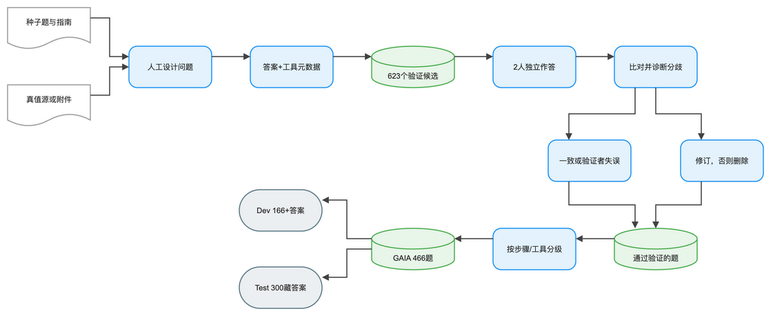
Before: client/public/drawio/GAIA/GAIA.zh.png, a diagram exported from draw.io (joe1chief/benchmark-hub). Source tidied: cells renumbered, new cells last; positions are measured from the earlier drawing's top-left corner, leaving out a move shared by most shapes.
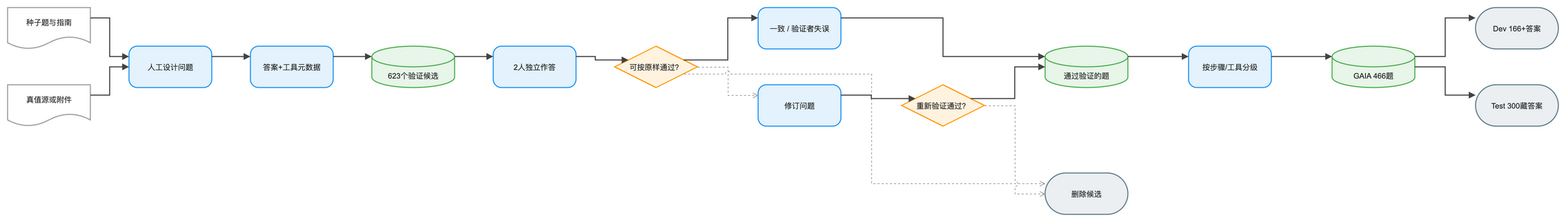
The same file after the commit.

Diff of the diagram source:
```diff
@@ -1,90 +1,105 @@
-<mxGraphModel background="#FFFFFF" math="1">
+<mxGraphModel background="#FFFFFF">
   <root>
     <mxCell id="0" />
     <mxCell id="1" parent="0" />
-    <mxCell id="2" value="种子题与指南" style="shape=document;boundedLbl=1;html=1;whiteSpace=wrap;fillColor=#FFFFFF;strokeColor=#9E9E9E;strokeWidth=1.5;fontColor=#212121;fontSize=11;fontFamily=Arial, Helvetica, sans-serif;verticalAlign=middle;align=center;" parent="1" vertex="1">
+    <mxCell id="2" value="种子题与指南" style="convertToSvg=1;shape=document;boundedLbl=1;html=0;whiteSpace=wrap;fillColor=#FFFFFF;strokeColor=#9E9E9E;strokeWidth=1.5;fontColor=#212121;fontSize=11;fontFamily=Arial, Helvetica, sans-serif;verticalAlign=middle;align=center;" parent="1" vertex="1">
       <mxGeometry width="120" height="60" as="geometry" />
     </mxCell>
-    <mxCell id="3" value="真值源或附件" style="shape=document;boundedLbl=1;html=1;whiteSpace=wrap;fillColor=#FFFFFF;strokeColor=#9E9E9E;strokeWidth=1.5;fontColor=#212121;fontSize=11;fontFamily=Arial, Helvetica, sans-serif;verticalAlign=middle;align=center;" parent="1" vertex="1">
+    <mxCell id="3" value="真值源或附件" style="convertToSvg=1;shape=document;boundedLbl=1;html=0;whiteSpace=wrap;fillColor=#FFFFFF;strokeColor=#9E9E9E;strokeWidth=1.5;fontColor=#212121;fontSize=11;fontFamily=Arial, Helvetica, sans-serif;verticalAlign=middle;align=center;" parent="1" vertex="1">
       <mxGeometry y="112" width="120" height="60" as="geometry" />
     </mxCell>
-    <mxCell id="4" value="人工设计问题" style="rounded=1;arcSize=20;html=1;whiteSpace=wrap;fillColor=#E3F2FD;strokeColor=#2196F3;strokeWidth=1.5;fontColor=#212121;fontSize=11;fontFamily=Arial, Helvetica, sans-serif;verticalAlign=middle;align=center;" parent="1" vertex="1">
+    <mxCell id="4" value="人工设计问题" style="convertToSvg=1;rounded=1;arcSize=20;html=0;whiteSpace=wrap;fillColor=#E3F2FD;strokeColor=#2196F3;strokeWidth=1.5;fontColor=#212121;fontSize=11;fontFamily=Arial, Helvetica, sans-serif;verticalAlign=middle;align=center;" parent="1" vertex="1">
       <mxGeometry x="176" y="56" width="120" height="60" as="geometry" />
     </mxCell>
-    <mxCell id="5" value="答案+工具元数据" style="rounded=1;arcSize=20;html=1;whiteSpace=wrap;fillColor=#E3F2FD;strokeColor=#2196F3;strokeWidth=1.5;fontColor=#212121;fontSize=11;fontFamily=Arial, Helvetica, sans-serif;verticalAlign=middle;align=center;" parent="1" vertex="1">
+    <mxCell id="5" value="答案+工具元数据" style="convertToSvg=1;rounded=1;arcSize=20;html=0;whiteSpace=wrap;fillColor=#E3F2FD;strokeColor=#2196F3;strokeWidth=1.5;fontColor=#212121;fontSize=11;fontFamily=Arial, Helvetica, sans-serif;verticalAlign=middle;align=center;" parent="1" vertex="1">
       <mxGeometry x="352" y="56" width="120" height="60" as="geometry" />
     </mxCell>
-    <mxCell id="6" value="623个验证候选" style="shape=cylinder3;boundedLbl=1;backgroundOutline=1;size=15;html=1;whiteSpace=wrap;fillColor=#E8F5E9;strokeColor=#4CAF50;strokeWidth=1.5;fontColor=#212121;fontSize=11;fontFamily=Arial, Helvetica, sans-serif;verticalAlign=middle;align=center;" parent="1" vertex="1">
+    <mxCell id="6" value="623个验证候选" style="convertToSvg=1;shape=cylinder3;boundedLbl=1;backgroundOutline=1;size=15;html=0;whiteSpace=wrap;fillColor=#E8F5E9;strokeColor=#4CAF50;strokeWidth=1.5;fontColor=#212121;fontSize=11;fontFamily=Arial, Helvetica, sans-serif;verticalAlign=middle;align=center;" parent="1" vertex="1">
       <mxGeometry x="528" y="56" width="120" height="60" as="geometry" />
     </mxCell>
-    <mxCell id="7" value="2人独立作答" style="rounded=1;arcSize=20;html=1;whiteSpace=wrap;fillColor=#E3F2FD;strokeColor=#2196F3;strokeWidth=1.5;fontColor=#212121;fontSize=11;fontFamily=Arial, Helvetica, sans-serif;verticalAlign=middle;align=center;" parent="1" vertex="1">
+    <mxCell id="7" value="2人独立作答" style="convertToSvg=1;rounded=1;arcSize=20;html=0;whiteSpace=wrap;fillColor=#E3F2FD;strokeColor=#2196F3;strokeWidth=1.5;fontColor=#212121;fontSize=11;fontFamily=Arial, Helvetica, sans-serif;verticalAlign=middle;align=center;" parent="1" vertex="1">
       <mxGeometry x="704" y="56" width="120" height="60" as="geometry" />
     </mxCell>
-    <mxCell id="8" value="比对并诊断分歧" style="rounded=1;arcSize=20;html=1;whiteSpace=wrap;fillColor=#E3F2FD;strokeColor=#2196F3;strokeWidth=1.5;fontColor=#212121;fontSize=11;fontFamily=Arial, Helvetica, sans-serif;verticalAlign=middle;align=center;" parent="1" vertex="1">
+    <mxCell id="8" value="可按原样通过？" style="convertToSvg=1;rhombus;html=0;whiteSpace=wrap;fillColor=#FFF3E0;strokeColor=#FF9800;strokeWidth=1.5;fontColor=#212121;fontSize=11;fontFamily=Arial, Helvetica, sans-serif;verticalAlign=middle;align=center;" parent="1" vertex="1">
       <mxGeometry x="880" y="56" width="120" height="60" as="geometry" />
     </mxCell>
-    <mxCell id="9" value="一致或验证者失误" style="rounded=1;arcSize=20;html=1;whiteSpace=wrap;fillColor=#E3F2FD;strokeColor=#2196F3;strokeWidth=1.5;fontColor=#212121;fontSize=11;fontFamily=Arial, Helvetica, sans-serif;verticalAlign=middle;align=center;" parent="1" vertex="1">
-      <mxGeometry x="784" y="192" width="120" height="60" as="geometry" />
+    <mxCell id="9" value="一致 / 验证者失误" style="convertToSvg=1;rounded=1;arcSize=20;html=0;whiteSpace=wrap;fillColor=#E3F2FD;strokeColor=#2196F3;strokeWidth=1.5;fontColor=#212121;fontSize=11;fontFamily=Arial, Helvetica, sans-serif;verticalAlign=middle;align=center;" parent="1" vertex="1">
+      <mxGeometry x="1088" width="120" height="60" as="geometry" />
     </mxCell>
-    <mxCell id="10" value="修订，否则删除" style="rounded=1;arcSize=20;html=1;whiteSpace=wrap;fillColor=#E3F2FD;strokeColor=#2196F3;strokeWidth=1.5;fontColor=#212121;fontSize=11;fontFamily=Arial, Helvetica, sans-serif;verticalAlign=middle;align=center;" parent="1" vertex="1">
-      <mxGeometry x="976" y="192" width="120" height="60" as="geometry" />
+    <mxCell id="10" value="修订问题" style="convertToSvg=1;rounded=1;arcSize=20;html=0;whiteSpace=wrap;fillColor=#E3F2FD;strokeColor=#2196F3;strokeWidth=1.5;fontColor=#212121;fontSize=11;fontFamily=Arial, Helvetica, sans-serif;verticalAlign=middle;align=center;" parent="1" vertex="1">
+      <mxGeometry x="1088" y="112" width="120" height="60" as="geometry" />
     </mxCell>
-    <mxCell id="11" value="通过验证的题" style="shape=cylinder3;boundedLbl=1;backgroundOutline=1;size=15;html=1;whiteSpace=wrap;fillColor=#E8F5E9;strokeColor=#4CAF50;strokeWidth=1.5;fontColor=#212121;fontSize=11;fontFamily=Arial, Helvetica, sans-serif;verticalAlign=middle;align=center;" parent="1" vertex="1">
-      <mxGeometry x="880" y="320" width="120" height="60" as="geometry" />
+    <mxCell id="11" value="重新验证通过？" style="convertToSvg=1;rhombus;html=0;whiteSpace=wrap;fillColor=#FFF3E0;strokeColor=#FF9800;strokeWidth=1.5;fontColor=#212121;fontSize=11;fontFamily=Arial, Helvetica, sans-serif;verticalAlign=middle;align=center;" parent="1" vertex="1">
+      <mxGeometry x="1296" y="112" width="120" height="60" as="geometry" />
     </mxCell>
-    <mxCell id="12" value="按步骤/工具分级" style="rounded=1;arcSize=20;html=1;whiteSpace=wrap;fillColor=#E3F2FD;strokeColor=#2196F3;strokeWidth=1.5;fontColor=#212121;fontSize=11;fontFamily=Arial, Helvetica, sans-serif;verticalAlign=middle;align=center;" parent="1" vertex="1">
-      <mxGeometry x="704" y="320" width="120" height="60" as="geometry" />
+    <mxCell id="12" value="删除候选" style="convertToSvg=1;rounded=1;arcSize=50;html=0;whiteSpace=wrap;fillColor=#ECEFF1;strokeColor=#607D8B;strokeWidth=1.5;fontColor=#212121;fontSize=11;fontFamily=Arial, Helvetica, sans-serif;verticalAlign=middle;align=center;" parent="1" vertex="1">
+      <mxGeometry x="1504" y="240" width="120" height="60" as="geometry" />
     </mxCell>
-    <mxCell id="13" value="GAIA 466题" style="shape=cylinder3;boundedLbl=1;backgroundOutline=1;size=15;html=1;whiteSpace=wrap;fillColor=#E8F5E9;strokeColor=#4CAF50;strokeWidth=1.5;fontColor=#212121;fontSize=11;fontFamily=Arial, Helvetica, sans-serif;verticalAlign=middle;align=center;" parent="1" vertex="1">
-      <mxGeometry x="528" y="320" width="120" height="60" as="geometry" />
+    <mxCell id="13" value="通过验证的题" style="convertToSvg=1;shape=cylinder3;boundedLbl=1;backgroundOutline=1;size=15;html=0;whiteSpace=wrap;fillColor=#E8F5E9;strokeColor=#4CAF50;strokeWidth=1.5;fontColor=#212121;fontSize=11;fontFamily=Arial, Helvetica, sans-serif;verticalAlign=middle;align=center;" parent="1" vertex="1">
+      <mxGeometry x="1504" y="56" width="120" height="60" as="geometry" />
     </mxCell>
-    <mxCell id="14" value="Dev 166+答案" style="rounded=1;arcSize=50;html=1;whiteSpace=wrap;fillColor=#ECEFF1;strokeColor=#607D8B;strokeWidth=1.5;fontColor=#212121;fontSize=11;fontFamily=Arial, Helvetica, sans-serif;verticalAlign=middle;align=center;" parent="1" vertex="1">
-      <mxGeometry x="336" y="264" width="120" height="60" as="geometry" />
+    <mxCell id="14" value="按步骤/工具分级" style="convertToSvg=1;rounded=1;arcSize=20;html=0;whiteSpace=wrap;fillColor=#E3F2FD;strokeColor=#2196F3;strokeWidth=1.5;fontColor=#212121;fontSize=11;fontFamily=Arial, Helvetica, sans-serif;verticalAlign=middle;align=center;" parent="1" vertex="1">
+      <mxGeometry x="1712" y="56" width="120" height="60" as="geometry" />
     </mxCell>
-    <mxCell id="15" value="Test 300藏答案" style="rounded=1;arcSize=50;html=1;whiteSpace=wrap;fillColor=#ECEFF1;strokeColor=#607D8B;strokeWidth=1.5;fontColor=#212121;fontSize=11;fontFamily=Arial, Helvetica, sans-serif;verticalAlign=middle;align=center;" parent="1" vertex="1">
-      <mxGeometry x="336" y="376" width="120" height="60" as="geometry" />
+    <mxCell id="15" value="GAIA 466题" style="convertToSvg=1;shape=cylinder3;boundedLbl=1;backgroundOutline=1;size=15;html=0;whiteSpace=wrap;fillColor=#E8F5E9;strokeColor=#4CAF50;strokeWidth=1.5;fontColor=#212121;fontSize=11;fontFamily=Arial, Helvetica, sans-serif;verticalAlign=middle;align=center;" parent="1" vertex="1">
+      <mxGeometry x="1920" y="56" width="120" height="60" as="geometry" />
     </mxCell>
-    <mxCell id="16" style="edgeStyle=orthogonalEdgeStyle;rounded=0;jettySize=auto;html=1;strokeColor=#424242;strokeWidth=1.5;endArrow=block;endFill=1;exitX=1;exitY=0.25;exitDx=0;exitDy=0;entryX=0;entryY=0.25;entryDx=0;entryDy=0;jumpStyle=arc;jumpSize=8;" parent="1" edge="1" source="2" target="4">
-      <mxGeometry relative="1" as="geometry" />
+    <mxCell id="16" value="Dev 166+答案" style="convertToSvg=1;rounded=1;arcSize=50;html=0;whiteSpace=wrap;fillColor=#ECEFF1;strokeColor=#607D8B;strokeWidth=1.5;fontColor=#212121;fontSize=11;fontFamily=Arial, Helvetica, sans-serif;verticalAlign=middle;align=center;" parent="1" vertex="1">
+      <mxGeometry x="2128" width="120" height="60" as="geometry" />
     </mxCell>
-    <mxCell id="17" style="edgeStyle=orthogonalEdgeStyle;rounded=0;jettySize=auto;html=1;strokeColor=#424242;strokeWidth=1.5;endArrow=block;endFill=1;exitX=1;exitY=0.25;exitDx=0;exitDy=0;entryX=0;entryY=0.5;entryDx=0;entryDy=0;jumpStyle=arc;jumpSize=8;" parent="1" edge="1" source="3" target="4">
-      <mxGeometry relative="1" as="geometry" />
+    <mxCell id="17" value="Test 300藏答案" style="convertToSvg=1;rounded=1;arcSize=50;html=0;whiteSpace=wrap;fillColor=#ECEFF1;strokeColor=#607D8B;strokeWidth=1.5;fontColor=#212121;fontSize=11;fontFamily=Arial, Helvetica, sans-serif;verticalAlign=middle;align=center;" parent="1" vertex="1">
+      <mxGeometry x="2128" y="112" width="120" height="60" as="geometry" />
     </mxCell>
-    <mxCell id="18" style="edgeStyle=orthogonalEdgeStyle;rounded=0;jettySize=auto;html=1;strokeColor=#424242;strokeWidth=1.5;endArrow=block;endFill=1;exitX=1;exitY=0.25;exitDx=0;exitDy=0;entryX=0;entryY=0.25;entryDx=0;entryDy=0;jumpStyle=arc;jumpSize=8;" parent="1" edge="1" source="4" target="5">
+    <mxCell id="18" style="convertToSvg=1;edgeStyle=orthogonalEdgeStyle;rounded=0;jettySize=auto;html=0;strokeColor=#424242;strokeWidth=1.5;endArrow=block;endFill=1;exitX=1;exitY=0.25;exitDx=0;exitDy=0;entryX=0;entryY=0.25;entryDx=0;entryDy=0;jumpStyle=arc;jumpSize=8;" parent="1" edge="1" source="2" target="4">
       <mxGeometry relative="1" as="geometry" />
     </mxCell>
-    <mxCell id="19" style="edgeStyle=orthogonalEdgeStyle;rounded=0;jettySize=auto;html=1;strokeColor=#424242;strokeWidth=1.5;endArrow=block;endFill=1;exitX=1;exitY=0.25;exitDx=0;exitDy=0;entryX=0;entryY=0.25;entryDx=0;entryDy=0;jumpStyle=arc;jumpSize=8;" parent="1" edge="1" source="5" target="6">
+    <mxCell id="19" style="convertToSvg=1;edgeStyle=orthogonalEdgeStyle;rounded=0;jettySize=auto;html=0;strokeColor=#424242;strokeWidth=1.5;endArrow=block;endFill=1;exitX=1;exitY=0.25;exitDx=0;exitDy=0;entryX=0;entryY=0.5;entryDx=0;entryDy=0;jumpStyle=arc;jumpSize=8;" parent="1" edge="1" source="3" target="4">
       <mxGeometry relative="1" as="geometry" />
     </mxCell>
-    <mxCell id="20" style="edgeStyle=orthogonalEdgeStyle;rounded=0;jettySize=auto;html=1;strokeColor=#424242;strokeWidth=1.5;endArrow=block;endFill=1;exitX=1;exitY=0.25;exitDx=0;exitDy=0;entryX=0;entryY=0.25;entryDx=0;entryDy=0;jumpStyle=arc;jumpSize=8;" parent="1" edge="1" source="6" target="7">
+    <mxCell id="20" style="convertToSvg=1;edgeStyle=orthogonalEdgeStyle;rounded=0;jettySize=auto;html=0;strokeColor=#424242;strokeWidth=1.5;endArrow=block;endFill=1;exitX=1;exitY=0.25;exitDx=0;exitDy=0;entryX=0;entryY=0.25;entryDx=0;entryDy=0;jumpStyle=arc;jumpSize=8;" parent="1" edge="1" source="4" target="5">
       <mxGeometry relative="1" as="geometry" />
     </mxCell>
-    <mxCell id="21" style="edgeStyle=orthogonalEdgeStyle;rounded=0;jettySize=auto;html=1;strokeColor=#424242;strokeWidth=1.5;endArrow=block;endFill=1;exitX=1;exitY=0.25;exitDx=0;exitDy=0;entryX=0;entryY=0.25;entryDx=0;entryDy=0;jumpStyle=arc;jumpSize=8;" parent="1" edge="1" source="7" target="8">
+    <mxCell id="21" style="convertToSvg=1;edgeStyle=orthogonalEdgeStyle;rounded=0;jettySize=auto;html=0;strokeColor=#424242;strokeWidth=1.5;endArrow=block;endFill=1;exitX=1;exitY=0.25;exitDx=0;exitDy=0;entryX=0;entryY=0.25;entryDx=0;entryDy=0;jumpStyle=arc;jumpSize=8;" parent="1" edge="1" source="5" target="6">
       <mxGeometry relative="1" as="geometry" />
     </mxCell>
-    <mxCell id="22" style="edgeStyle=orthogonalEdgeStyle;rounded=0;jettySize=auto;html=1;strokeColor=#424242;strokeWidth=1.5;endArrow=block;endFill=1;exitX=0.25;exitY=1;exitDx=0;exitDy=0;entryX=0.25;entryY=0;entryDx=0;entryDy=0;jumpStyle=arc;jumpSize=8;" parent="1" edge="1" source="8" target="9">
+    <mxCell id="22" style="convertToSvg=1;edgeStyle=orthogonalEdgeStyle;rounded=0;jettySize=auto;html=0;strokeColor=#424242;strokeWidth=1.5;endArrow=block;endFill=1;exitX=1;exitY=0.25;exitDx=0;exitDy=0;entryX=0;entryY=0.25;entryDx=0;entryDy=0;jumpStyle=arc;jumpSize=8;" parent="1" edge="1" source="6" target="7">
       <mxGeometry relative="1" as="geometry" />
     </mxCell>
-    <mxCell id="23" style="edgeStyle=orthogonalEdgeStyle;rounded=0;jettySize=auto;html=1;strokeColor=#424242;strokeWidth=1.5;endArrow=block;endFill=1;exitX=0.5;exitY=1;exitDx=0;exitDy=0;entryX=0.25;entryY=0;entryDx=0;entryDy=0;jumpStyle=arc;jumpSize=8;" parent="1" edge="1" source="8" target="10">
+    <mxCell id="23" style="convertToSvg=1;edgeStyle=orthogonalEdgeStyle;rounded=0;jettySize=auto;html=0;strokeColor=#424242;strokeWidth=1.5;endArrow=block;endFill=1;exitX=1;exitY=0.25;exitDx=0;exitDy=0;entryX=0;entryY=0.25;entryDx=0;entryDy=0;jumpStyle=arc;jumpSize=8;" parent="1" edge="1" source="7" target="8">
       <mxGeometry relative="1" as="geometry" />
     </mxCell>
-    <mxCell id="24" style="edgeStyle=orthogonalEdgeStyle;rounded=0;jettySize=auto;html=1;strokeColor=#424242;strokeWidth=1.5;endArrow=block;endFill=1;exitX=0.25;exitY=1;exitDx=0;exitDy=0;entryX=0.25;entryY=0;entryDx=0;entryDy=0;jumpStyle=arc;jumpSize=8;" parent="1" edge="1" source="9" target="11">
+    <mxCell id="24" style="convertToSvg=1;edgeStyle=orthogonalEdgeStyle;rounded=0;jettySize=auto;html=0;strokeColor=#424242;strokeWidth=1.5;endArrow=block;endFill=1;exitX=1;exitY=0.25;exitDx=0;exitDy=0;entryX=0;entryY=0.25;entryDx=0;entryDy=0;jumpStyle=arc;jumpSize=8;" parent="1" edge="1" source="8" target="9">
       <mxGeometry relative="1" as="geometry" />
     </mxCell>
-    <mxCell id="25" style="edgeStyle=orthogonalEdgeStyle;rounded=0;jettySize=auto;html=1;strokeColor=#424242;strokeWidth=1.5;endArrow=block;endFill=1;exitX=0.25;exitY=1;exitDx=0;exitDy=0;entryX=0.5;entryY=0;entryDx=0;entryDy=0;jumpStyle=arc;jumpSize=8;" parent="1" edge="1" source="10" target="11">
+    <mxCell id="25" style="convertToSvg=1;edgeStyle=orthogonalEdgeStyle;rounded=0;jettySize=auto;html=0;strokeColor=#9E9E9E;strokeWidth=1;endArrow=open;endFill=0;exitX=1;exitY=0.5;exitDx=0;exitDy=0;entryX=0;entryY=0.25;entryDx=0;entryDy=0;dashed=1;dashPattern=3 3;jumpStyle=arc;jumpSize=8;" parent="1" edge="1" source="8" target="10">
       <mxGeometry relative="1" as="geometry" />
     </mxCell>
-    <mxCell id="26" style="edgeStyle=orthogonalEdgeStyle;rounded=0;jettySize=auto;html=1;strokeColor=#424242;strokeWidth=1.5;endArrow=block;endFill=1;exitX=0;exitY=0.25;exitDx=0;exitDy=0;entryX=1;entryY=0.25;entryDx=0;entryDy=0;jumpStyle=arc;jumpSize=8;" parent="1" edge="1" source="11" target="12">
+    <mxCell id="26" style="convertToSvg=1;edgeStyle=orthogonalEdgeStyle;rounded=0;jettySize=auto;html=0;strokeColor=#9E9E9E;strokeWidth=1;endArrow=open;endFill=0;exitX=1;exitY=0.75;exitDx=0;exitDy=0;entryX=0;entryY=0.25;entryDx=0;entryDy=0;dashed=1;dashPattern=3 3;jumpStyle=arc;jumpSize=8;" parent="1" edge="1" source="8" target="12">
       <mxGeometry relative="1" as="geometry" />
     </mxCell>
-    <mxCell id="27" style="edgeStyle=orthogonalEdgeStyle;rounded=0;jettySize=auto;html=1;strokeColor=#424242;strokeWidth=1.5;endArrow=block;endFill=1;exitX=0;exitY=0.25;exitDx=0;exitDy=0;entryX=1;entryY=0.25;entryDx=0;entryDy=0;jumpStyle=arc;jumpSize=8;" parent="1" edge="1" source="12" target="13">
+    <mxCell id="27" style="convertToSvg=1;edgeStyle=orthogonalEdgeStyle;rounded=0;jettySize=auto;html=0;strokeColor=#424242;strokeWidth=1.5;endArrow=block;endFill=1;exitX=1;exitY=0.25;exitDx=0;exitDy=0;entryX=0;entryY=0.25;entryDx=0;entryDy=0;jumpStyle=arc;jumpSize=8;" parent="1" edge="1" source="9" target="13">
       <mxGeometry relative="1" as="geometry" />
     </mxCell>
-    <mxCell id="28" style="edgeStyle=orthogonalEdgeStyle;rounded=0;jettySize=auto;html=1;strokeColor=#424242;strokeWidth=1.5;endArrow=block;endFill=1;exitX=0;exitY=0.25;exitDx=0;exitDy=0;entryX=1;entryY=0.25;entryDx=0;entryDy=0;jumpStyle=arc;jumpSize=8;" parent="1" edge="1" source="13" target="14">
+    <mxCell id="28" style="convertToSvg=1;edgeStyle=orthogonalEdgeStyle;rounded=0;jettySize=auto;html=0;strokeColor=#424242;strokeWidth=1.5;endArrow=block;endFill=1;exitX=1;exitY=0.25;exitDx=0;exitDy=0;entryX=0;entryY=0.25;entryDx=0;entryDy=0;jumpStyle=arc;jumpSize=8;" parent="1" edge="1" source="10" target="11">
       <mxGeometry relative="1" as="geometry" />
     </mxCell>
-    <mxCell id="29" style="edgeStyle=orthogonalEdgeStyle;rounded=0;jettySize=auto;html=1;strokeColor=#424242;strokeWidth=1.5;endArrow=block;endFill=1;exitX=0;exitY=0.5;exitDx=0;exitDy=0;entryX=1;entryY=0.25;entryDx=0;entryDy=0;jumpStyle=arc;jumpSize=8;" parent="1" edge="1" source="13" target="15">
+    <mxCell id="29" style="convertToSvg=1;edgeStyle=orthogonalEdgeStyle;rounded=0;jettySize=auto;html=0;strokeColor=#424242;strokeWidth=1.5;endArrow=block;endFill=1;exitX=1;exitY=0.25;exitDx=0;exitDy=0;entryX=0;entryY=0.5;entryDx=0;entryDy=0;jumpStyle=arc;jumpSize=8;" parent="1" edge="1" source="11" target="13">
       <mxGeometry relative="1" as="geometry" />
     </mxCell>
+    <mxCell id="30" style="convertToSvg=1;edgeStyle=orthogonalEdgeStyle;rounded=0;jettySize=auto;html=0;strokeColor=#9E9E9E;strokeWidth=1;endArrow=open;endFill=0;exitX=1;exitY=0.5;exitDx=0;exitDy=0;entryX=0;entryY=0.5;entryDx=0;entryDy=0;dashed=1;dashPattern=3 3;jumpStyle=arc;jumpSize=8;" parent="1" edge="1" source="11" target="12">
+      <mxGeometry relative="1" as="geometry" />
+    </mxCell>
+    <mxCell id="31" style="convertToSvg=1;edgeStyle=orthogonalEdgeStyle;rounded=0;jettySize=auto;html=0;strokeColor=#424242;strokeWidth=1.5;endArrow=block;endFill=1;exitX=1;exitY=0.25;exitDx=0;exitDy=0;entryX=0;entryY=0.25;entryDx=0;entryDy=0;jumpStyle=arc;jumpSize=8;" parent="1" edge="1" source="13" target="14">
+      <mxGeometry relative="1" as="geometry" />
+    </mxCell>
+    <mxCell id="32" style="convertToSvg=1;edgeStyle=orthogonalEdgeStyle;rounded=0;jettySize=auto;html=0;strokeColor=#424242;strokeWidth=1.5;endArrow=block;endFill=1;exitX=1;exitY=0.25;exitDx=0;exitDy=0;entryX=0;entryY=0.25;entryDx=0;entryDy=0;jumpStyle=arc;jumpSize=8;" parent="1" edge="1" source="14" target="15">
+      <mxGeometry relative="1" as="geometry" />
+    </mxCell>
+    <mxCell id="33" style="convertToSvg=1;edgeStyle=orthogonalEdgeStyle;rounded=0;jettySize=auto;html=0;strokeColor=#424242;strokeWidth=1.5;endArrow=block;endFill=1;exitX=1;exitY=0.25;exitDx=0;exitDy=0;entryX=0;entryY=0.25;entryDx=0;entryDy=0;jumpStyle=arc;jumpSize=8;" parent="1" edge="1" source="15" target="16">
+      <mxGeometry relative="1" as="geometry" />
+    </mxCell>
+    <mxCell id="34" style="convertToSvg=1;edgeStyle=orthogonalEdgeStyle;rounded=0;jettySize=auto;html=0;strokeColor=#424242;strokeWidth=1.5;endArrow=block;endFill=1;exitX=1;exitY=0.5;exitDx=0;exitDy=0;entryX=0;entryY=0.25;entryDx=0;entryDy=0;jumpStyle=arc;jumpSize=8;" parent="1" edge="1" source="15" target="17">
+      <mxGeometry relative="1" as="geometry" />
+    </mxCell>
   </root>
 </mxGraphModel>
```
